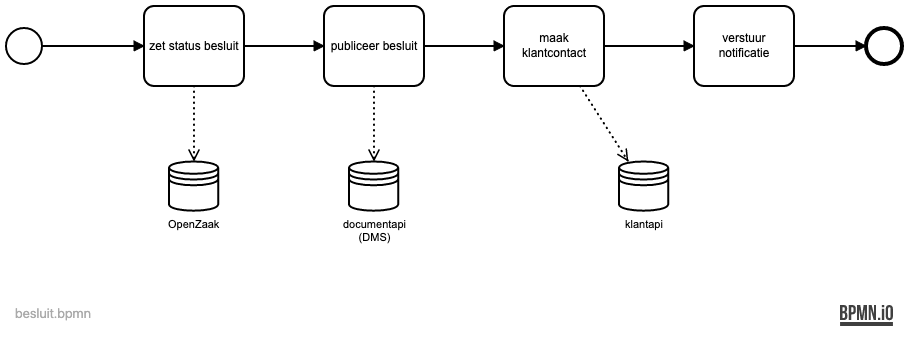
This is images/bpmn/besluit.png from Gemeente-DenHaag/referentie-common-ground-implementatie, a BPMN export, as it was before one commit. Its source is kept beside it as images/bpmn/besluit.bpmn. Ids are renumbered.
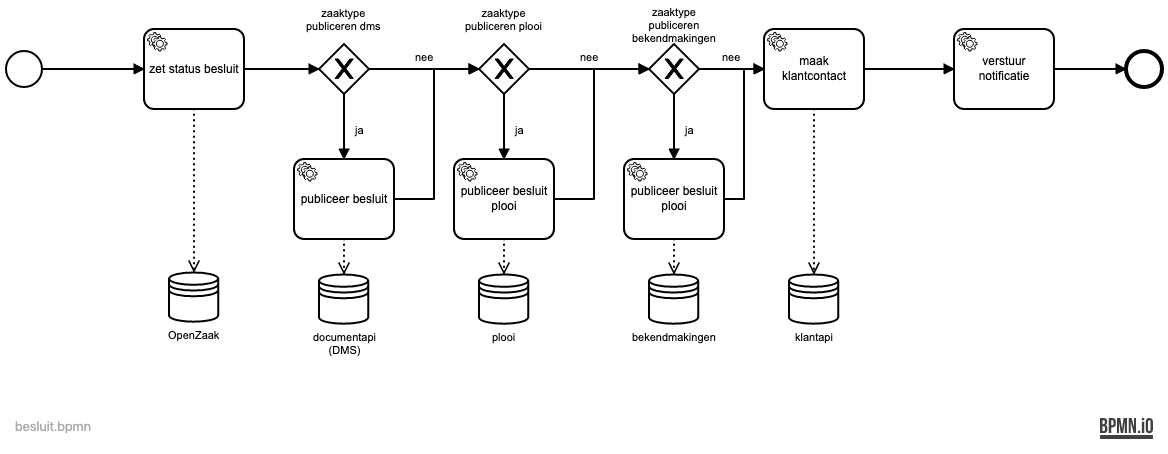
Above is the later version.

The edit, as a diff of the source:
```diff
@@ -3,60 +3,158 @@
     <startEvent id="Event_n1">
       <outgoing>Flow_n2</outgoing>
     </startEvent>
-    <task id="Activity_n3" name="maak klantcontact">
-      <incoming>Flow_n4</incoming>
-      <outgoing>Flow_n5</outgoing>
-      <dataOutputAssociation id="DataOutputAssociation_n6">
-        <targetRef>DataStoreReference_n7</targetRef>
-      </dataOutputAssociation>
-    </task>
     <sequenceFlow id="Flow_n2" sourceRef="Event_n1" targetRef="Activity_n8" />
-    <task id="Activity_n8" name="zet status besluit">
+    <sequenceFlow id="Flow_n5" sourceRef="Activity_n3" targetRef="Activity_n12" />
+    <sequenceFlow id="Flow_n13" sourceRef="Activity_n12" targetRef="Event_n14" />
+    <endEvent id="Event_n14">
+      <incoming>Flow_n13</incoming>
+    </endEvent>
+    <sequenceFlow id="Flow_n9" sourceRef="Activity_n8" targetRef="Gateway_n18" />
+    <dataStoreReference id="DataStoreReference_n11" name="OpenZaak" />
+    <dataStoreReference id="DataStoreReference_n7" name="klantapi" />
+    <dataStoreReference id="DataStoreReference_n17" name="documentapi (DMS)" />
+    <exclusiveGateway id="Gateway_n18" name="zaaktype publiceren dms">
+      <incoming>Flow_n9</incoming>
+      <outgoing>Flow_n19</outgoing>
+      <outgoing>Flow_n20</outgoing>
+    </exclusiveGateway>
+    <sequenceFlow id="Flow_n19" name="ja" sourceRef="Gateway_n18" targetRef="Activity_n15" />
+    <exclusiveGateway id="Gateway_n21" name="zaaktype publiceren plooi">
+      <incoming>Flow_n20</incoming>
+      <incoming>Flow_n22</incoming>
+      <outgoing>Flow_n23</outgoing>
+      <outgoing>Flow_n24</outgoing>
+    </exclusiveGateway>
+    <sequenceFlow id="Flow_n20" name="nee" sourceRef="Gateway_n18" targetRef="Gateway_n21" />
+    <sequenceFlow id="Flow_n22" sourceRef="Activity_n15" targetRef="Gateway_n21" />
+    <sequenceFlow id="Flow_n23" name="ja" sourceRef="Gateway_n21" targetRef="Activity_n25" />
+    <exclusiveGateway id="Gateway_n26" name="zaaktype publiceren bekendmakingen">
+      <incoming>Flow_n27</incoming>
+      <incoming>Flow_n24</incoming>
+      <outgoing>Flow_n28</outgoing>
+      <outgoing>Flow_n29</outgoing>
+    </exclusiveGateway>
+    <sequenceFlow id="Flow_n27" sourceRef="Activity_n25" targetRef="Gateway_n26" />
+    <sequenceFlow id="Flow_n24" name="nee" sourceRef="Gateway_n21" targetRef="Gateway_n26" />
+    <sequenceFlow id="Flow_n28" name="ja" sourceRef="Gateway_n26" targetRef="Activity_n30" />
+    <dataStoreReference id="DataStoreReference_n31" name="plooi" />
+    <dataStoreReference id="DataStoreReference_n32" name="bekendmakingen" />
+    <sequenceFlow id="Flow_n29" name="nee" sourceRef="Gateway_n26" targetRef="Activity_n3" />
+    <sequenceFlow id="Flow_n33" sourceRef="Activity_n30" targetRef="Activity_n3" />
+    <serviceTask id="Activity_n8" name="zet status besluit">
       <incoming>Flow_n2</incoming>
       <outgoing>Flow_n9</outgoing>
       <dataOutputAssociation id="DataOutputAssociation_n10">
         <targetRef>DataStoreReference_n11</targetRef>
       </dataOutputAssociation>
-    </task>
-    <task id="Activity_n12" name="verstuur notificatie">
-      <incoming>Flow_n5</incoming>
-      <outgoing>Flow_n13</outgoing>
-    </task>
-    <sequenceFlow id="Flow_n5" sourceRef="Activity_n3" targetRef="Activity_n12" />
-    <sequenceFlow id="Flow_n13" sourceRef="Activity_n12" targetRef="Event_n14" />
-    <endEvent id="Event_n14">
-      <incoming>Flow_n13</incoming>
-    </endEvent>
-    <sequenceFlow id="Flow_n9" sourceRef="Activity_n8" targetRef="Activity_n15" />
-    <dataStoreReference id="DataStoreReference_n11" name="OpenZaak" />
-    <dataStoreReference id="DataStoreReference_n7" name="klantapi" />
-    <task id="Activity_n15" name="publiceer besluit">
-      <incoming>Flow_n9</incoming>
-      <outgoing>Flow_n4</outgoing>
+    </serviceTask>
+    <serviceTask id="Activity_n15" name="publiceer besluit">
+      <incoming>Flow_n19</incoming>
+      <outgoing>Flow_n22</outgoing>
       <dataOutputAssociation id="DataOutputAssociation_n16">
         <targetRef>DataStoreReference_n17</targetRef>
       </dataOutputAssociation>
-    </task>
-    <sequenceFlow id="Flow_n4" sourceRef="Activity_n15" targetRef="Activity_n3" />
-    <dataStoreReference id="DataStoreReference_n17" name="documentapi (DMS)" />
+    </serviceTask>
+    <serviceTask id="Activity_n25" name="publiceer besluit plooi">
+      <incoming>Flow_n23</incoming>
+      <outgoing>Flow_n27</outgoing>
+      <dataOutputAssociation id="DataOutputAssociation_n34">
+        <targetRef>DataStoreReference_n31</targetRef>
+      </dataOutputAssociation>
+    </serviceTask>
+    <serviceTask id="Activity_n30" name="publiceer besluit plooi">
+      <incoming>Flow_n28</incoming>
+      <outgoing>Flow_n33</outgoing>
+      <dataOutputAssociation id="DataOutputAssociation_n35">
+        <targetRef>DataStoreReference_n32</targetRef>
+      </dataOutputAssociation>
+    </serviceTask>
+    <serviceTask id="Activity_n3" name="maak klantcontact">
+      <incoming>Flow_n29</incoming>
+      <incoming>Flow_n33</incoming>
+      <outgoing>Flow_n5</outgoing>
+      <dataOutputAssociation id="DataOutputAssociation_n6">
+        <targetRef>DataStoreReference_n7</targetRef>
+      </dataOutputAssociation>
+    </serviceTask>
+    <serviceTask id="Activity_n12" name="verstuur notificatie">
+      <incoming>Flow_n5</incoming>
+      <outgoing>Flow_n13</outgoing>
+    </serviceTask>
   </process>
   <bpmndi:BPMNDiagram id="BpmnDiagram_1">
     <bpmndi:BPMNPlane id="BpmnPlane_1" bpmnElement="Process_1">
-      <bpmndi:BPMNEdge id="Flow_n4_di" bpmnElement="Flow_n4">
-        <omgdi:waypoint x="550" y="130" />
-        <omgdi:waypoint x="630" y="130" />
+      <bpmndi:BPMNEdge id="Flow_n33_di" bpmnElement="Flow_n33">
+        <omgdi:waypoint x="850" y="260" />
+        <omgdi:waypoint x="870" y="260" />
+        <omgdi:waypoint x="870" y="130" />
+        <omgdi:waypoint x="890" y="130" />
+      </bpmndi:BPMNEdge>
+      <bpmndi:BPMNEdge id="Flow_n29_di" bpmnElement="Flow_n29">
+        <omgdi:waypoint x="825" y="130" />
+        <omgdi:waypoint x="890" y="130" />
+        <bpmndi:BPMNLabel>
+          <omgdc:Bounds x="848" y="112" width="19" height="14" />
+        </bpmndi:BPMNLabel>
+      </bpmndi:BPMNEdge>
+      <bpmndi:BPMNEdge id="Flow_n28_di" bpmnElement="Flow_n28">
+        <omgdi:waypoint x="800" y="155" />
+        <omgdi:waypoint x="800" y="220" />
+        <bpmndi:BPMNLabel>
+          <omgdc:Bounds x="811" y="185" width="9" height="14" />
+        </bpmndi:BPMNLabel>
+      </bpmndi:BPMNEdge>
+      <bpmndi:BPMNEdge id="Flow_n24_di" bpmnElement="Flow_n24">
+        <omgdi:waypoint x="655" y="130" />
+        <omgdi:waypoint x="775" y="130" />
+        <bpmndi:BPMNLabel>
+          <omgdc:Bounds x="706" y="112" width="19" height="14" />
+        </bpmndi:BPMNLabel>
+      </bpmndi:BPMNEdge>
+      <bpmndi:BPMNEdge id="Flow_n27_di" bpmnElement="Flow_n27">
+        <omgdi:waypoint x="680" y="260" />
+        <omgdi:waypoint x="720" y="260" />
+        <omgdi:waypoint x="720" y="130" />
+        <omgdi:waypoint x="775" y="130" />
+      </bpmndi:BPMNEdge>
+      <bpmndi:BPMNEdge id="Flow_n23_di" bpmnElement="Flow_n23">
+        <omgdi:waypoint x="630" y="155" />
+        <omgdi:waypoint x="630" y="220" />
+        <bpmndi:BPMNLabel>
+          <omgdc:Bounds x="641" y="185" width="9" height="14" />
+        </bpmndi:BPMNLabel>
+      </bpmndi:BPMNEdge>
+      <bpmndi:BPMNEdge id="Flow_n22_di" bpmnElement="Flow_n22">
+        <omgdi:waypoint x="520" y="260" />
+        <omgdi:waypoint x="560" y="260" />
+        <omgdi:waypoint x="560" y="130" />
+        <omgdi:waypoint x="605" y="130" />
+      </bpmndi:BPMNEdge>
+      <bpmndi:BPMNEdge id="Flow_n20_di" bpmnElement="Flow_n20">
+        <omgdi:waypoint x="495" y="130" />
+        <omgdi:waypoint x="605" y="130" />
+        <bpmndi:BPMNLabel>
+          <omgdc:Bounds x="541" y="112" width="19" height="14" />
+        </bpmndi:BPMNLabel>
+      </bpmndi:BPMNEdge>
+      <bpmndi:BPMNEdge id="Flow_n19_di" bpmnElement="Flow_n19">
+        <omgdi:waypoint x="470" y="155" />
+        <omgdi:waypoint x="470" y="220" />
+        <bpmndi:BPMNLabel>
+          <omgdc:Bounds x="481" y="185" width="9" height="14" />
+        </bpmndi:BPMNLabel>
       </bpmndi:BPMNEdge>
       <bpmndi:BPMNEdge id="Flow_n9_di" bpmnElement="Flow_n9">
         <omgdi:waypoint x="370" y="130" />
-        <omgdi:waypoint x="450" y="130" />
+        <omgdi:waypoint x="445" y="130" />
       </bpmndi:BPMNEdge>
       <bpmndi:BPMNEdge id="Flow_n13_di" bpmnElement="Flow_n13">
-        <omgdi:waypoint x="920" y="130" />
-        <omgdi:waypoint x="992" y="130" />
+        <omgdi:waypoint x="1180" y="130" />
+        <omgdi:waypoint x="1252" y="130" />
       </bpmndi:BPMNEdge>
       <bpmndi:BPMNEdge id="Flow_n5_di" bpmnElement="Flow_n5">
-        <omgdi:waypoint x="730" y="130" />
-        <omgdi:waypoint x="820" y="130" />
+        <omgdi:waypoint x="990" y="130" />
+        <omgdi:waypoint x="1080" y="130" />
       </bpmndi:BPMNEdge>
       <bpmndi:BPMNEdge id="Flow_n2_di" bpmnElement="Flow_n2">
         <omgdi:waypoint x="168" y="130" />
@@ -65,50 +163,94 @@
       <bpmndi:BPMNShape id="Event_n1_di" bpmnElement="Event_n1">
         <omgdc:Bounds x="132" y="112" width="36" height="36" />
       </bpmndi:BPMNShape>
-      <bpmndi:BPMNShape id="Activity_n3_di" bpmnElement="Activity_n3">
-        <omgdc:Bounds x="630" y="90" width="100" height="80" />
-      </bpmndi:BPMNShape>
-      <bpmndi:BPMNShape id="Activity_n8_di" bpmnElement="Activity_n8">
-        <omgdc:Bounds x="270" y="90" width="100" height="80" />
-      </bpmndi:BPMNShape>
-      <bpmndi:BPMNShape id="Activity_n12_di" bpmnElement="Activity_n12">
-        <omgdc:Bounds x="820" y="90" width="100" height="80" />
-      </bpmndi:BPMNShape>
       <bpmndi:BPMNShape id="Event_n14_di" bpmnElement="Event_n14">
-        <omgdc:Bounds x="992" y="112" width="36" height="36" />
+        <omgdc:Bounds x="1252" y="112" width="36" height="36" />
       </bpmndi:BPMNShape>
       <bpmndi:BPMNShape id="DataStoreReference_n11_di" bpmnElement="DataStoreReference_n11">
-        <omgdc:Bounds x="295" y="245" width="50" height="50" />
+        <omgdc:Bounds x="295" y="333" width="50" height="50" />
         <bpmndi:BPMNLabel>
-          <omgdc:Bounds x="294" y="302" width="52" height="14" />
+          <omgdc:Bounds x="294" y="390" width="52" height="14" />
         </bpmndi:BPMNLabel>
       </bpmndi:BPMNShape>
       <bpmndi:BPMNShape id="DataStoreReference_n7_di" bpmnElement="DataStoreReference_n7">
-        <omgdc:Bounds x="745" y="245" width="50" height="50" />
+        <omgdc:Bounds x="915" y="335" width="50" height="50" />
         <bpmndi:BPMNLabel>
-          <omgdc:Bounds x="751" y="302" width="38" height="14" />
+          <omgdc:Bounds x="921" y="392" width="38" height="14" />
         </bpmndi:BPMNLabel>
       </bpmndi:BPMNShape>
-      <bpmndi:BPMNShape id="Activity_n15_di" bpmnElement="Activity_n15">
-        <omgdc:Bounds x="450" y="90" width="100" height="80" />
-      </bpmndi:BPMNShape>
       <bpmndi:BPMNShape id="DataStoreReference_n17_di" bpmnElement="DataStoreReference_n17">
-        <omgdc:Bounds x="475" y="245" width="50" height="50" />
+        <omgdc:Bounds x="445" y="335" width="50" height="50" />
         <bpmndi:BPMNLabel>
-          <omgdc:Bounds x="469" y="302" width="63" height="27" />
+          <omgdc:Bounds x="439" y="392" width="63" height="27" />
         </bpmndi:BPMNLabel>
       </bpmndi:BPMNShape>
+      <bpmndi:BPMNShape id="Gateway_n18_di" bpmnElement="Gateway_n18" isMarkerVisible="true">
+        <omgdc:Bounds x="445" y="105" width="50" height="50" />
+        <bpmndi:BPMNLabel>
+          <omgdc:Bounds x="432" y="67.5" width="75" height="27" />
+        </bpmndi:BPMNLabel>
+      </bpmndi:BPMNShape>
+      <bpmndi:BPMNShape id="Gateway_n21_di" bpmnElement="Gateway_n21" isMarkerVisible="true">
+        <omgdc:Bounds x="605" y="105" width="50" height="50" />
+        <bpmndi:BPMNLabel>
+          <omgdc:Bounds x="591" y="67.5" width="78" height="27" />
+        </bpmndi:BPMNLabel>
+      </bpmndi:BPMNShape>
+      <bpmndi:BPMNShape id="Gateway_n26_di" bpmnElement="Gateway_n26" isMarkerVisible="true">
+        <omgdc:Bounds x="775" y="105" width="50" height="50" />
+        <bpmndi:BPMNLabel>
+          <omgdc:Bounds x="758" y="67" width="84" height="40" />
+        </bpmndi:BPMNLabel>
+      </bpmndi:BPMNShape>
+      <bpmndi:BPMNShape id="DataStoreReference_n31_di" bpmnElement="DataStoreReference_n31">
+        <omgdc:Bounds x="605" y="335" width="50" height="50" />
+        <bpmndi:BPMNLabel>
+          <omgdc:Bounds x="618" y="392" width="24" height="14" />
+        </bpmndi:BPMNLabel>
+      </bpmndi:BPMNShape>
+      <bpmndi:BPMNShape id="DataStoreReference_n32_di" bpmnElement="DataStoreReference_n32">
+        <omgdc:Bounds x="775" y="335" width="50" height="50" />
+        <bpmndi:BPMNLabel>
+          <omgdc:Bounds x="758" y="392" width="84" height="14" />
+        </bpmndi:BPMNLabel>
+      </bpmndi:BPMNShape>
+      <bpmndi:BPMNShape id="Activity_16wta7h_di" bpmnElement="Activity_n8">
+        <omgdc:Bounds x="270" y="90" width="100" height="80" />
+      </bpmndi:BPMNShape>
+      <bpmndi:BPMNShape id="Activity_0f3xfv2_di" bpmnElement="Activity_n15">
+        <omgdc:Bounds x="420" y="220" width="100" height="80" />
+      </bpmndi:BPMNShape>
+      <bpmndi:BPMNShape id="Activity_0gazu73_di" bpmnElement="Activity_n25">
+        <omgdc:Bounds x="580" y="220" width="100" height="80" />
+      </bpmndi:BPMNShape>
+      <bpmndi:BPMNShape id="Activity_150jrbq_di" bpmnElement="Activity_n30">
+        <omgdc:Bounds x="750" y="220" width="100" height="80" />
+      </bpmndi:BPMNShape>
+      <bpmndi:BPMNShape id="Activity_0zzm4uy_di" bpmnElement="Activity_n3">
+        <omgdc:Bounds x="890" y="90" width="100" height="80" />
+      </bpmndi:BPMNShape>
+      <bpmndi:BPMNShape id="Activity_09hzwha_di" bpmnElement="Activity_n12">
+        <omgdc:Bounds x="1080" y="90" width="100" height="80" />
+      </bpmndi:BPMNShape>
       <bpmndi:BPMNEdge id="DataOutputAssociation_n6_di" bpmnElement="DataOutputAssociation_n6">
-        <omgdi:waypoint x="706" y="170" />
-        <omgdi:waypoint x="754" y="245" />
+        <omgdi:waypoint x="940" y="170" />
+        <omgdi:waypoint x="940" y="335" />
       </bpmndi:BPMNEdge>
       <bpmndi:BPMNEdge id="DataOutputAssociation_n10_di" bpmnElement="DataOutputAssociation_n10">
         <omgdi:waypoint x="320" y="170" />
-        <omgdi:waypoint x="320" y="245" />
+        <omgdi:waypoint x="320" y="333" />
       </bpmndi:BPMNEdge>
       <bpmndi:BPMNEdge id="DataOutputAssociation_n16_di" bpmnElement="DataOutputAssociation_n16">
-        <omgdi:waypoint x="500" y="170" />
-        <omgdi:waypoint x="500" y="245" />
+        <omgdi:waypoint x="470" y="300" />
+        <omgdi:waypoint x="470" y="335" />
+      </bpmndi:BPMNEdge>
+      <bpmndi:BPMNEdge id="DataOutputAssociation_n34_di" bpmnElement="DataOutputAssociation_n34">
+        <omgdi:waypoint x="630" y="300" />
+        <omgdi:waypoint x="630" y="335" />
+      </bpmndi:BPMNEdge>
+      <bpmndi:BPMNEdge id="DataOutputAssociation_n35_di" bpmnElement="DataOutputAssociation_n35">
+        <omgdi:waypoint x="800" y="300" />
+        <omgdi:waypoint x="800" y="335" />
       </bpmndi:BPMNEdge>
     </bpmndi:BPMNPlane>
   </bpmndi:BPMNDiagram>
```
